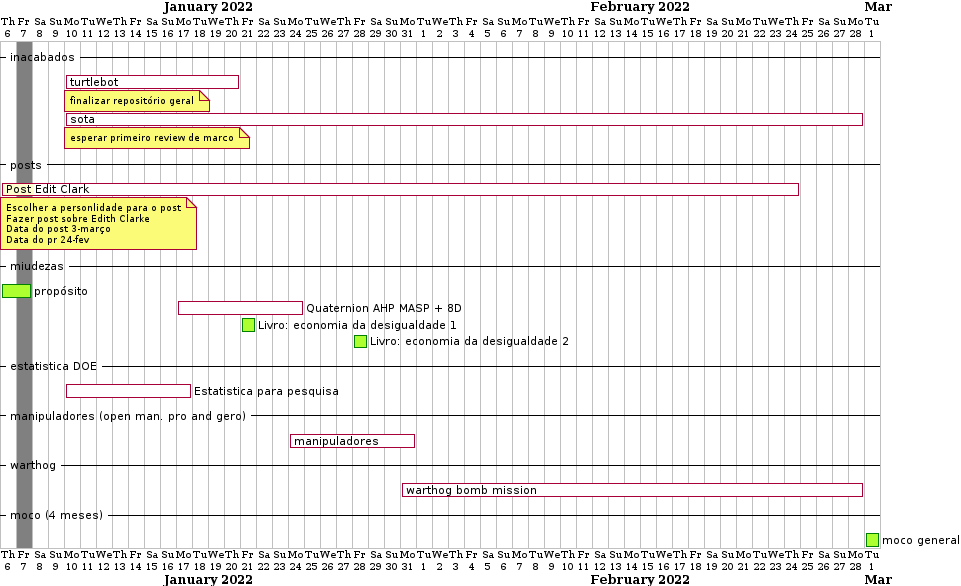
This is time/gantt.png from aldenpower/plantumldiagrams, a PlantUML export, as it was before one commit. Its diagram source:
```plantuml
@startgantt
Project starts 2022-1-6

<style>
ganttDiagram {
  task {
    BackGroundColor GreenYellow
    LineColor Green
    unstarted {
      BackGroundColor Fuchsia
      LineColor FireBrick
    }
  }
}
</style>


2022/01/7 is colored in grey


--inacabados--
[turtlebot] starts 2022-1-10 and ends 2022-1-20
note bottom
finalizar repositório geral
end note

[sota] starts 2022-1-10 and ends 2022-2-28
note bottom
esperar primeiro review de marco
end note

--posts--

[Post Edit Clark] starts 2022-1-6 and ends 2022-2-24
[Post Edit Clark] is 4% complete

note bottom
Escolher a personlidade para o post
Fazer post sobre Edith Clarke
Data do post 3-março
Data do pr 24-fev
end note



--miudezas--
[propósito] starts 2022-1-6 and ends 2022-1-7
[Quaternion AHP MASP + 8D] starts 2022-1-17 and ends 2022-1-17
[Livro: economia da desigualdade 1] starts 2022-1-21
[Livro: economia da desigualdade 2] starts 2022-1-28
[Quaternion AHP MASP + 8D] starts 2022-1-17 and ends 2022-1-24


--estatistica DOE--
[Estatistica para pesquisa] starts 2022-1-10 and ends 2022-1-17

--manipuladores (open man. pro and gero)--
[manipuladores] starts 2022-1-24 and ends 2022-1-31

--warthog--
[warthog bomb mission] starts 2022-1-31 and ends 2022-2-28

--moco (4 meses)--
[moco general] starts 2022-03-1


[turtlebot] is 0% complete
[sota] is 0% complete
[manipuladores] is 0% complete
[warthog bomb mission] is 0% complete
[Quaternion AHP MASP + 8D] is 0% complete
[Estatistica para pesquisa] is 0% complete

@endgantt
```
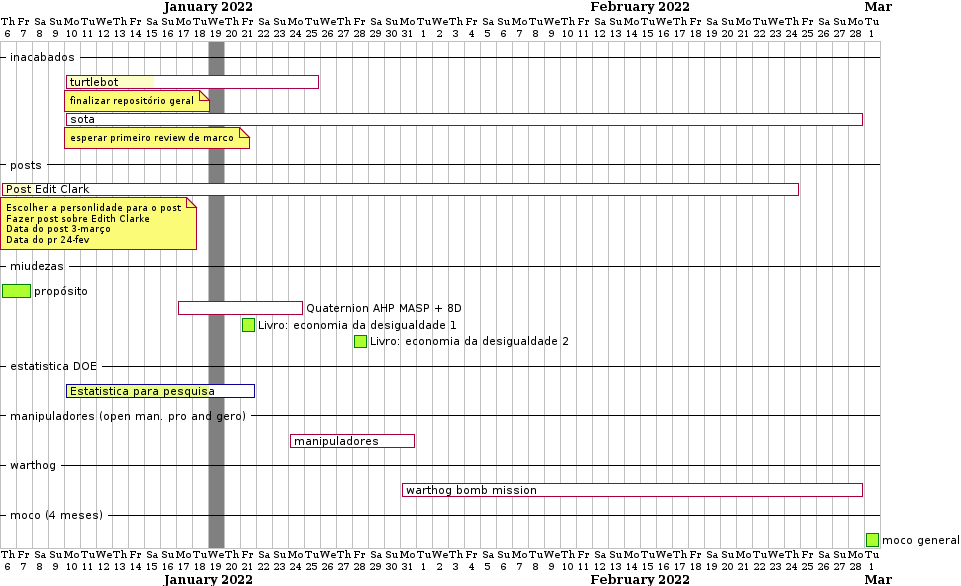
After the change.

The edit, as a diff of the source:
```diff
@@ -15,11 +15,11 @@
 </style>
 
 
-2022/01/7 is colored in grey
+2022/01/19 is colored in grey
 
 
 --inacabados--
-[turtlebot] starts 2022-1-10 and ends 2022-1-20
+[turtlebot] as [ttb] starts 2022-1-10 and ends 2022-1-25
 note bottom
 finalizar repositório geral
 end note
@@ -52,7 +52,7 @@
 
 
 --estatistica DOE--
-[Estatistica para pesquisa] starts 2022-1-10 and ends 2022-1-17
+[Estatistica para pesquisa] starts 2022-1-10 and ends 2022-1-21
 
 --manipuladores (open man. pro and gero)--
 [manipuladores] starts 2022-1-24 and ends 2022-1-31
@@ -64,11 +64,13 @@
 [moco general] starts 2022-03-1
 
 
-[turtlebot] is 0% complete
+[ttb] is 35% complete
 [sota] is 0% complete
 [manipuladores] is 0% complete
 [warthog bomb mission] is 0% complete
 [Quaternion AHP MASP + 8D] is 0% complete
-[Estatistica para pesquisa] is 0% complete
+[Estatistica para pesquisa] is 76% complete
+
+[ttb] links to [[https://trello.com/c/izSVQrqj]]
 
 @endgantt
```
